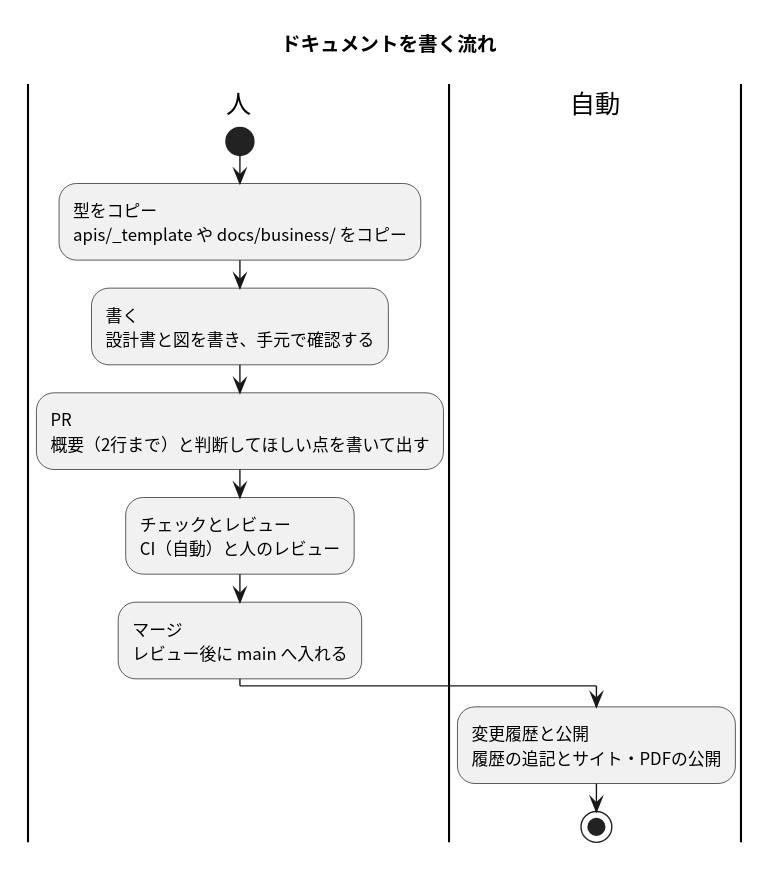
Above: docs/usage-flow.svg in masamasamasato/design-doc-template (PlantUML), before the change. Its source is kept beside it as docs/usage-flow.puml.
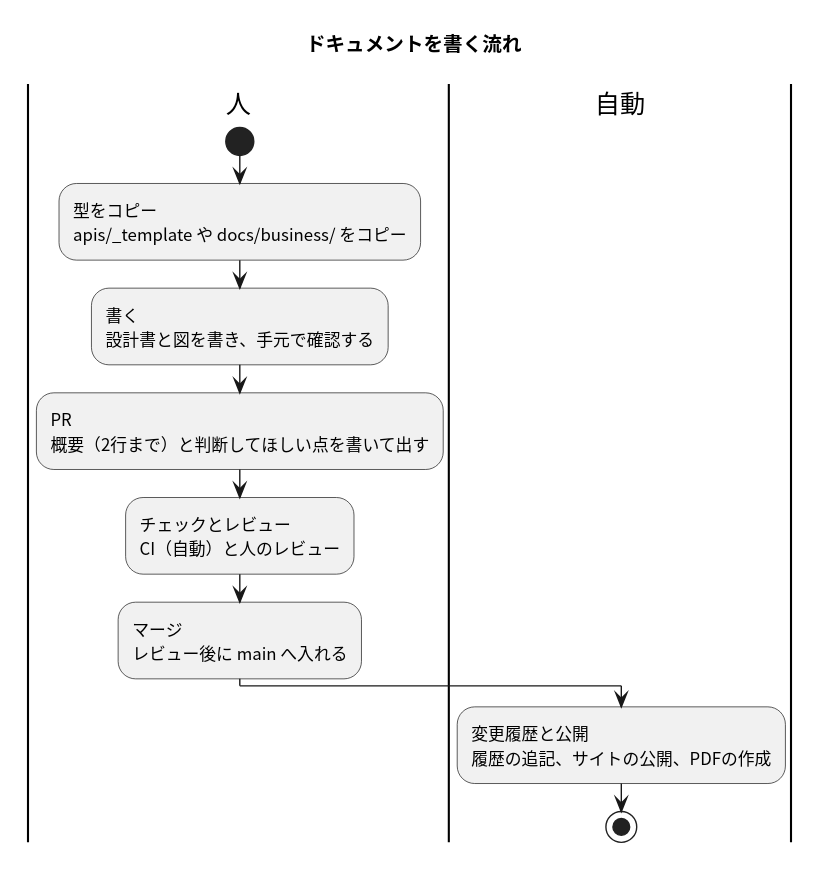
After the change.

Commit message:
変更履歴と公開の役割を、PDFは作成と書き、図の書き方説明を消す

Change to the diagram source:
```diff
@@ -13,6 +13,6 @@
 :チェックとレビュー\nCI（自動）と人のレビュー;
 :マージ\nレビュー後に main へ入れる;
 |自動|
-:変更履歴と公開\n履歴の追記とサイト・PDFの公開;
+:変更履歴と公開\n履歴の追記、サイトの公開、PDFの作成;
 stop
 @enduml
```
